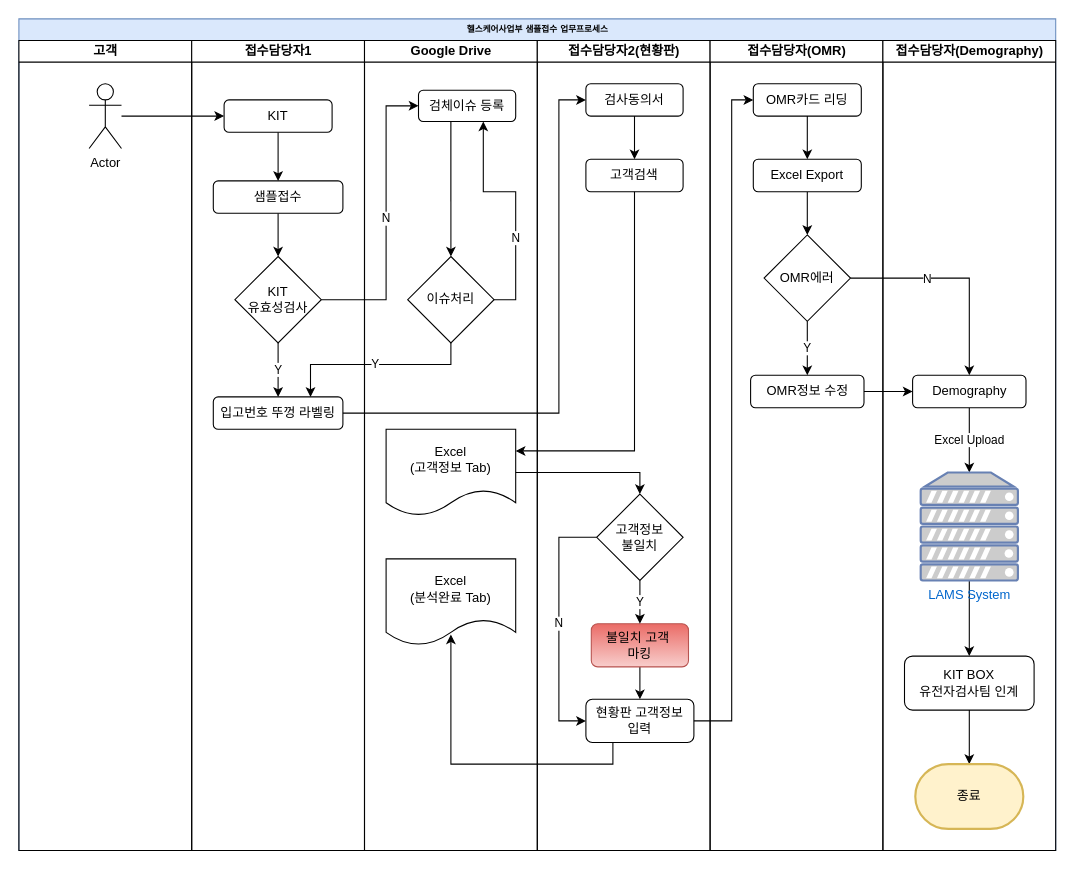
This is HC사업부_샘플입고_업무프로세스.drawio.xml from JamesHField/NGENEBIO_Workflow, a draw.io file, before an edit. Source tidied: cells renumbered, new cells numbered last; positions are measured from the earlier drawing's top-left corner, leaving out a move shared by most shapes. Both pictures are drawn from the tidied source at 108%, with x=0, y=0 at pixel (18, 18).
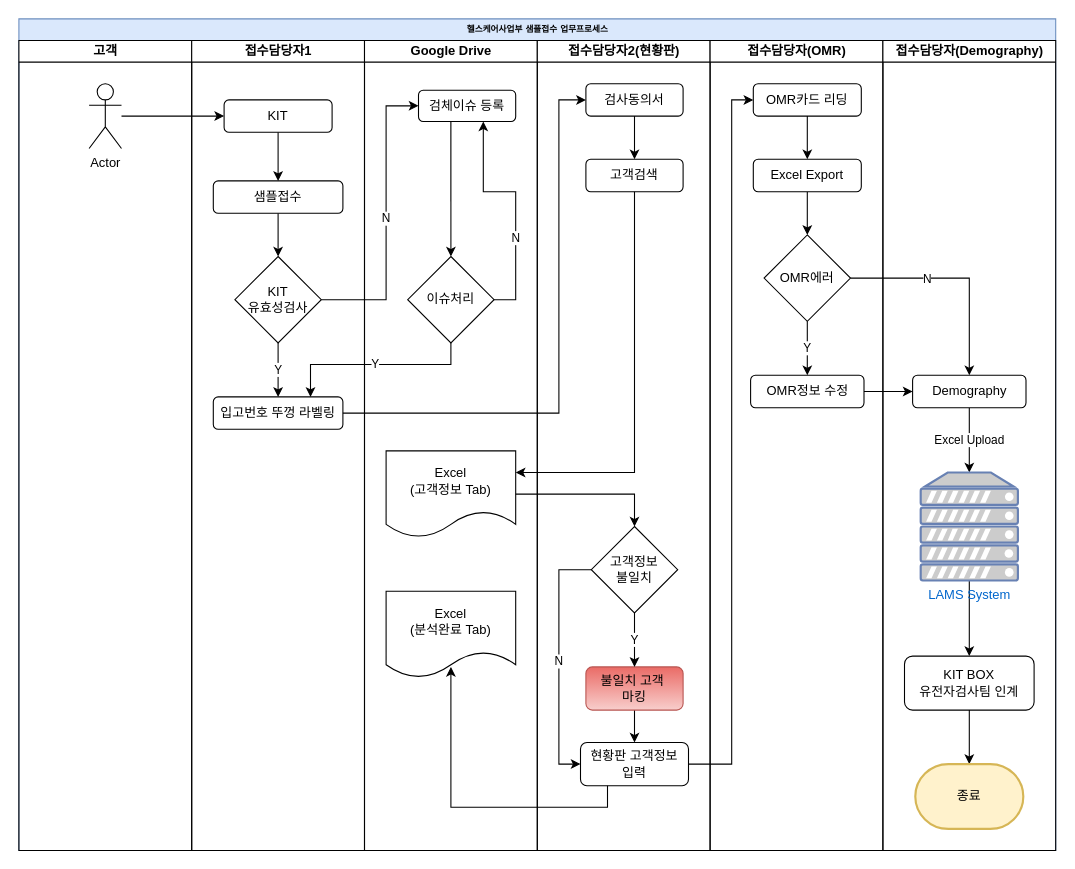
After the change.

Commit message:
HC사업부_샘플입고_업무프로세스.drawio.xml 업데이트

The change refers to these unchanged cells:
```xml
<mxCell id="2" value="헬스케어사업부 샘플접수 업무프로세스" style="swimlane;html=1;startSize=20;rounded=0;shadow=0;labelBackgroundColor=none;strokeWidth=1;fontFamily=Verdana;fontSize=8;align=center;fillColor=#dae8fc;strokeColor=#6c8ebf;" parent="1" vertex="1">
  <mxGeometry width="960" height="770" as="geometry" />
</mxCell>
<mxCell id="28" value="Google Drive" style="swimlane;html=1;startSize=20;" parent="2" vertex="1">
  <mxGeometry x="320" y="20" width="160" height="750" as="geometry" />
</mxCell>
<mxCell id="36" value="접수담당자2(현황판)" style="swimlane;html=1;startSize=20;" parent="2" vertex="1">
  <mxGeometry x="480" y="20" width="160" height="750" as="geometry" />
</mxCell>
<mxCell id="42" value="고객검색" style="rounded=1;whiteSpace=wrap;html=1;" parent="36" vertex="1">
  <mxGeometry x="45" y="110" width="90" height="30" as="geometry" />
</mxCell>
<mxCell id="53" value="OMR카드 리딩" style="rounded=1;whiteSpace=wrap;html=1;" parent="49" vertex="1">
  <mxGeometry x="40" y="40" width="100" height="30" as="geometry" />
</mxCell>
```

What changed in the source:
```diff
@@
     <mxCell id="34" value="Excel&lt;br&gt;(고객정보 Tab)" style="shape=document;whiteSpace=wrap;html=1;boundedLbl=1;" parent="28" vertex="1">
-      <mxGeometry x="20" y="360" width="120" height="80" as="geometry" />
+      <mxGeometry x="20" y="380" width="120" height="80" as="geometry" />
     </mxCell>
     <mxCell id="35" value="Excel&lt;br&gt;(분석완료 Tab)" style="shape=document;whiteSpace=wrap;html=1;boundedLbl=1;" parent="28" vertex="1">
-      <mxGeometry x="20" y="480" width="120" height="80" as="geometry" />
+      <mxGeometry x="20" y="510" width="120" height="80" as="geometry" />
     </mxCell>
@@
     <mxCell id="44" value="불일치 고객&amp;nbsp;&lt;br&gt;마킹" style="rounded=1;whiteSpace=wrap;html=1;direction=west;gradientColor=#ea6b66;fillColor=#f8cecc;strokeColor=#b85450;" parent="36" vertex="1">
-      <mxGeometry x="50" y="540" width="90" height="40" as="geometry" />
+      <mxGeometry x="45" y="580" width="90" height="40" as="geometry" />
     </mxCell>
@@
     <mxCell id="46" value="N" style="edgeStyle=orthogonalEdgeStyle;rounded=0;jettySize=auto;html=1;entryX=0;entryY=0.5;entryDx=0;entryDy=0;exitX=0;exitY=0.5;exitDx=0;exitDy=0;" parent="36" edge="1" source="47" target="48">
       <mxGeometry relative="1" as="geometry">
         <Array as="points">
-          <mxPoint x="20" y="460" />
-          <mxPoint x="20" y="630" />
+          <mxPoint x="20" y="490" />
+          <mxPoint x="20" y="670" />
         </Array>
       </mxGeometry>
     </mxCell>
     <mxCell id="47" value="고객정보&lt;br&gt;불일치" style="rhombus;whiteSpace=wrap;html=1;" parent="36" vertex="1">
-      <mxGeometry x="55" y="420" width="80" height="80" as="geometry" />
+      <mxGeometry x="50" y="450" width="80" height="80" as="geometry" />
     </mxCell>
     <mxCell id="48" value="현황판 고객정보&lt;br&gt;입력" style="rounded=1;whiteSpace=wrap;html=1;" parent="36" vertex="1">
-      <mxGeometry x="45" y="610" width="100" height="40" as="geometry" />
+      <mxGeometry x="40" y="650" width="100" height="40" as="geometry" />
     </mxCell>
@@
     <mxCell id="69" style="edgeStyle=orthogonalEdgeStyle;rounded=0;jettySize=auto;html=1;entryX=1;entryY=0.25;entryDx=0;entryDy=0;fontColor=#000000;strokeColor=#000000;" parent="2" edge="1" source="42" target="34">
       <mxGeometry relative="1" as="geometry">
         <Array as="points">
-          <mxPoint x="570" y="400" />
+          <mxPoint x="570" y="420" />
         </Array>
       </mxGeometry>
     </mxCell>
@@
-    <mxCell id="72" style="edgeStyle=orthogonalEdgeStyle;rounded=0;jettySize=auto;html=1;entryX=0;entryY=0.5;entryDx=0;entryDy=0;" parent="2" edge="1" source="48" target="53">
+    <mxCell id="72" style="edgeStyle=orthogonalEdgeStyle;rounded=0;jettySize=auto;html=1;entryX=0;entryY=0.5;entryDx=0;entryDy=0;exitX=1;exitY=0.5;exitDx=0;exitDy=0;" parent="2" edge="1" source="48" target="53">
       <mxGeometry relative="1" as="geometry">
         <Array as="points">
-          <mxPoint x="660" y="650" />
+          <mxPoint x="660" y="690" />
           <mxPoint x="660" y="75" />
         </Array>
       </mxGeometry>
     </mxCell>
```
